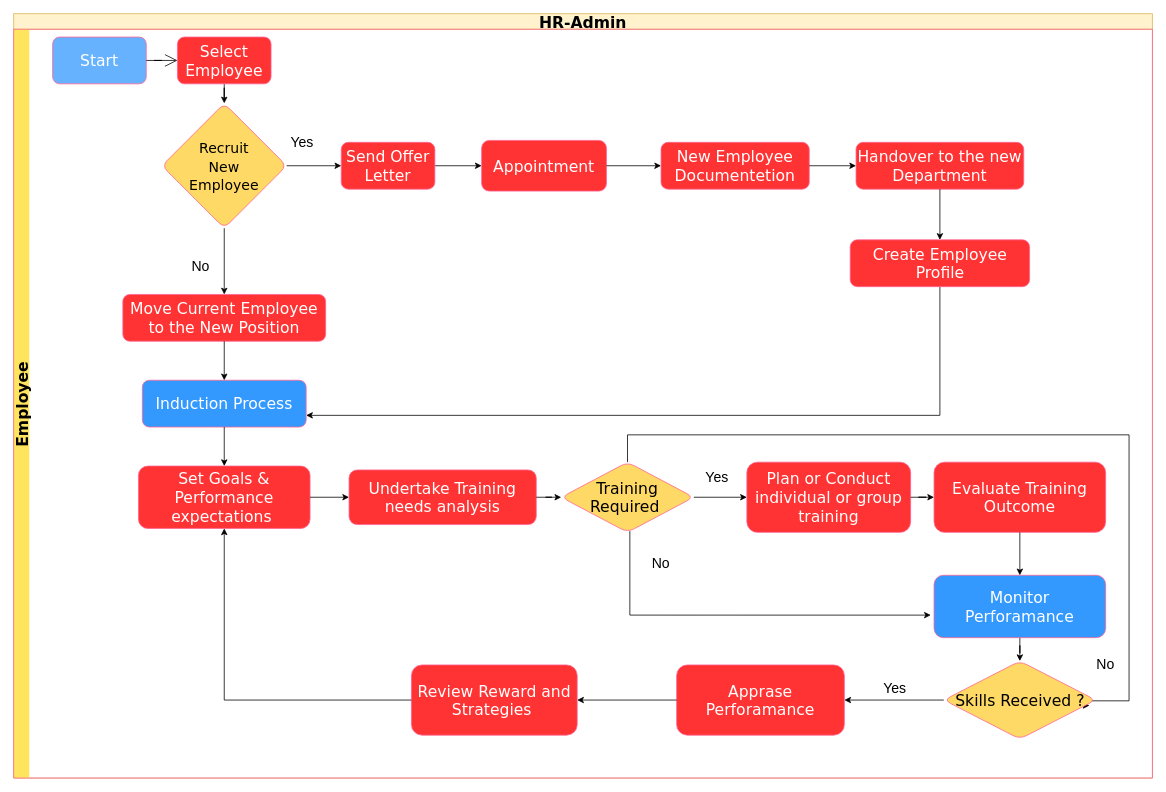
Above: page "Page-2" (2 of 2) of HR Recruitment.drawio in santo1989/Diagram (draw.io), before the change. Source tidied: cells renumbered, new cells numbered last; positions are measured from the earlier drawing's top-left corner, leaving out a move shared by most shapes. Both pictures are drawn from the tidied source at 78%, with x=0, y=0 at pixel (13, 13).
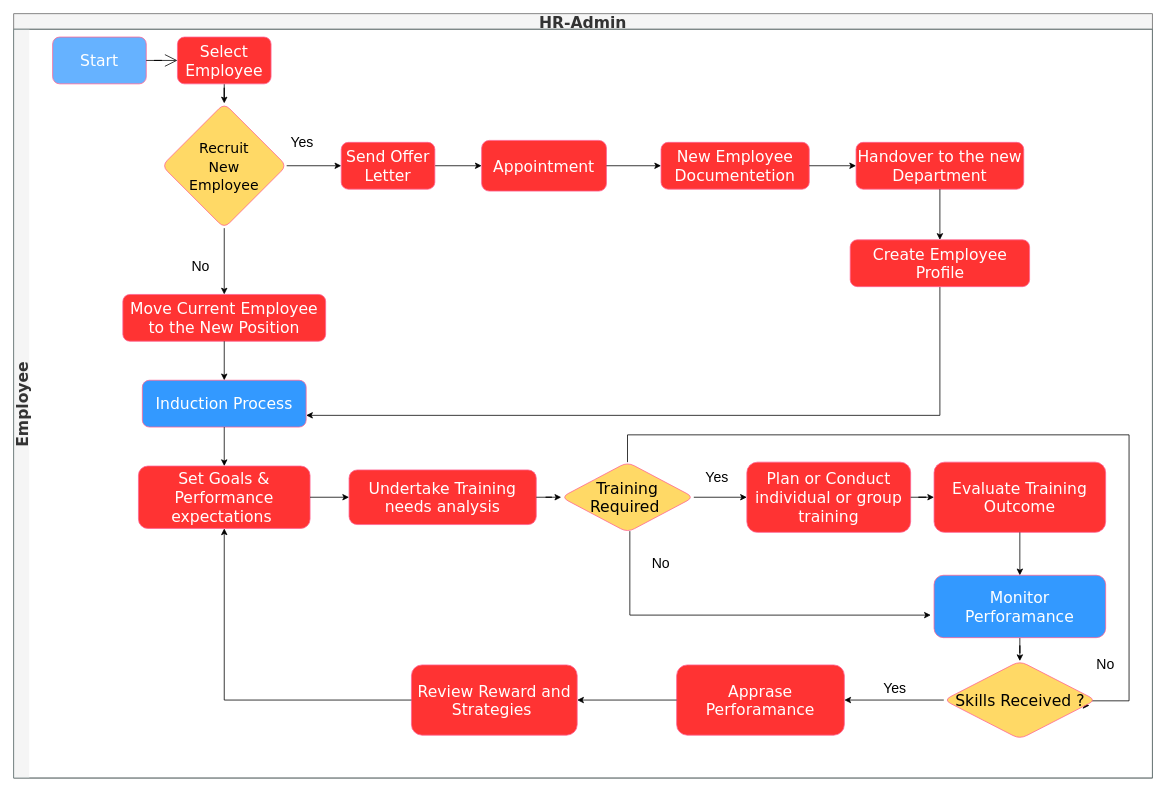
The same diagram, later.

What changed in the source:
```diff
@@
-    <mxCell id="2" value="HR-Admin" style="swimlane;horizontal=1;startSize=20;hachureGap=4;fontFamily=Verdana;fontSize=20;strokeColor=#d6b656;fillColor=#fff2cc;" parent="1" vertex="1">
+    <mxCell id="2" value="HR-Admin" style="swimlane;horizontal=1;startSize=20;hachureGap=4;fontFamily=Verdana;fontSize=20;strokeColor=#666666;fillColor=#f5f5f5;fontColor=#333333;" parent="1" vertex="1">
       <mxGeometry width="1460" height="980" as="geometry" />
     </mxCell>
-    <mxCell id="3" value="Employee" style="swimlane;startSize=20;horizontal=0;hachureGap=4;fontFamily=Verdana;fontSize=20;fontColor=#000000;strokeColor=#FF6392;fillColor=#FFE45E;swimlaneLine=0;" parent="2" vertex="1">
+    <mxCell id="3" value="Employee" style="swimlane;startSize=20;horizontal=0;hachureGap=4;fontFamily=Verdana;fontSize=20;strokeColor=#667777;fillColor=#f5f5f5;swimlaneLine=0;fontColor=#333333;" parent="2" vertex="1">
       <mxGeometry y="20" width="1460" height="960" as="geometry" />
     </mxCell>
```
